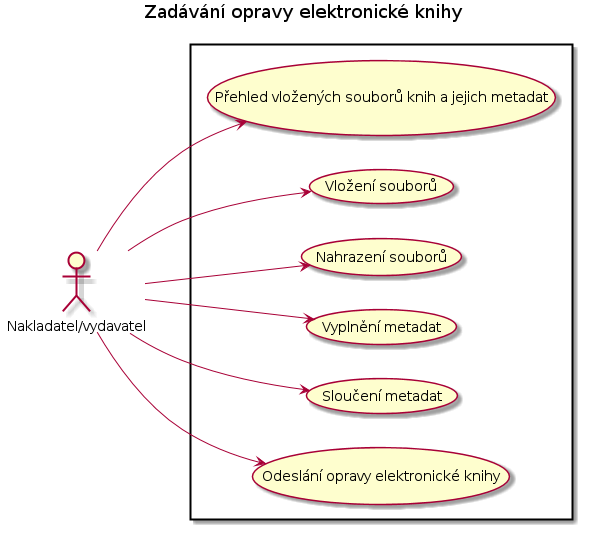
The PlantUML diagram docs/uc06.png in edeposit/edeposit.policy, before a commit.
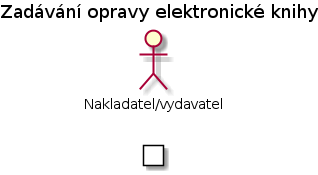
The same diagram one commit later.

Diff of the diagram source:
```diff
@@ -6,11 +6,5 @@
 actor :Nakladatel/vydavatel:
 
 rectangle  {
-	   :Nakladatel/vydavatel: --> (P?ehled vlo?ených soubor? knih a jejich metadat)
-	   :Nakladatel/vydavatel: --> (Vlo?ení soubor?)
-	   :Nakladatel/vydavatel: --> (Nahrazení soubor?)
-	   :Nakladatel/vydavatel: --> (Vypln?ní metadat)
-	   :Nakladatel/vydavatel: --> (Slou?ení metadat)
-	   :Nakladatel/vydavatel: --> (Odeslání opravy elektronické knihy)
 }
 @enduml
```
